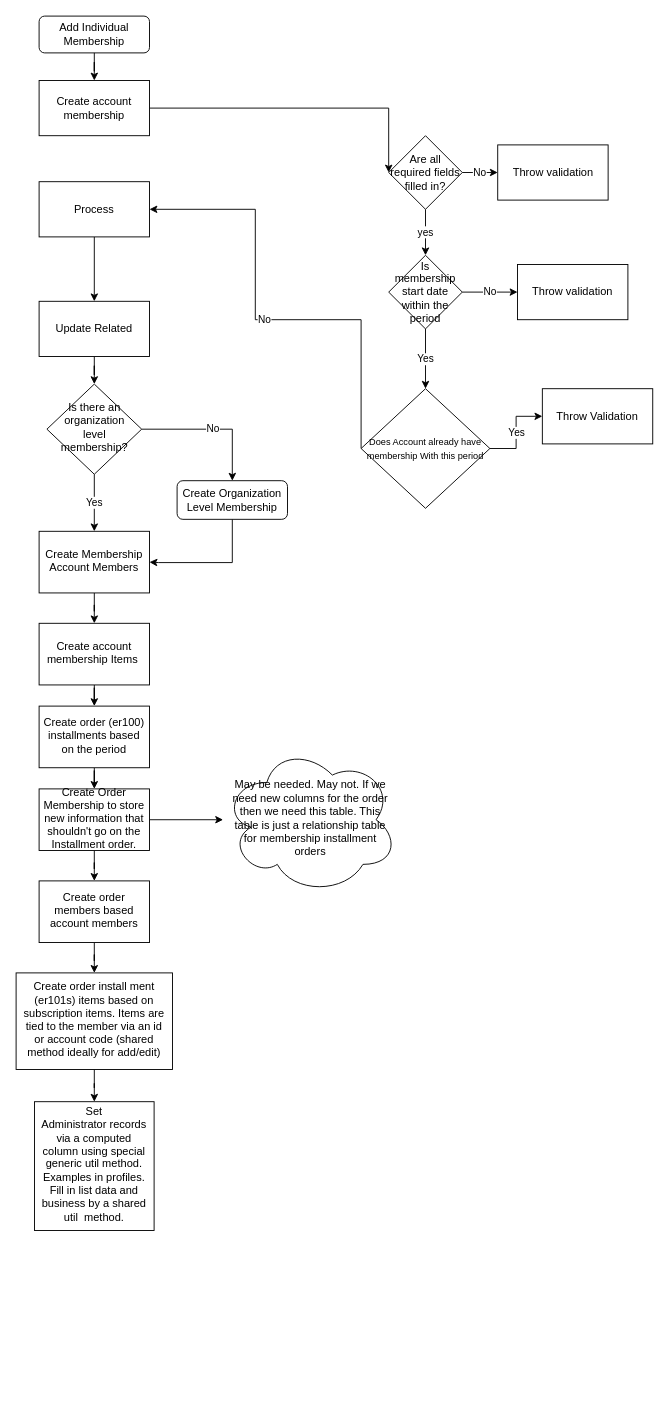
This is MembershipAddGroupMemberFlow.drawio from shelbyharris/Membership, a draw.io file, before an edit. Source tidied: cells renumbered, new cells numbered last; positions are measured from the earlier drawing's top-left corner, leaving out a move shared by most shapes. Both pictures are drawn from the tidied source at 92%, with x=0, y=0 at pixel (16, 16).
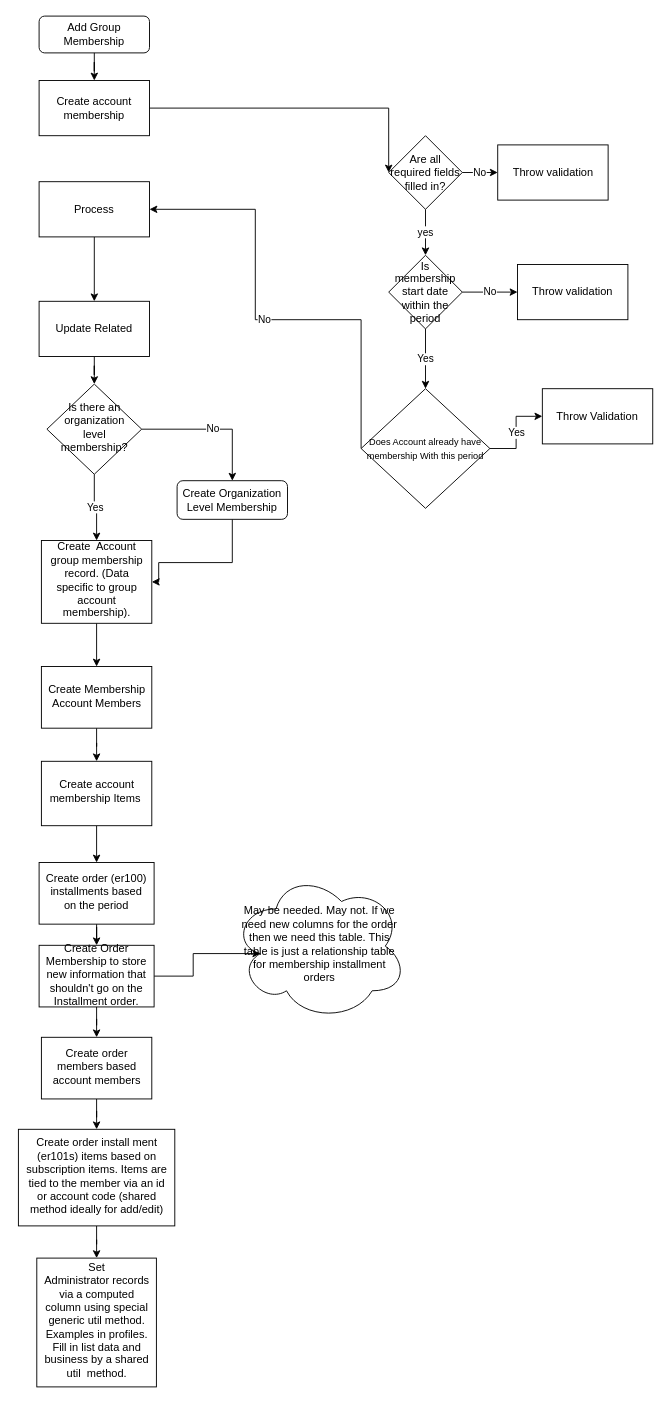
After the change.

The edit, as a diff of the source:
```diff
@@
-    <mxCell id="2" value="Add Individual Membership" style="rounded=1;whiteSpace=wrap;html=1;fontSize=12;glass=0;strokeWidth=1;shadow=0;" parent="1" vertex="1">
+    <mxCell id="2" value="Add Group Membership" style="rounded=1;whiteSpace=wrap;html=1;fontSize=12;glass=0;strokeWidth=1;shadow=0;" parent="1" vertex="1">
       <mxGeometry x="25" width="120" height="40" as="geometry" />
     </mxCell>
@@
-    <mxCell id="17" style="edgeStyle=orthogonalEdgeStyle;rounded=0;jettySize=auto;html=1;" parent="1" edge="1" source="18" target="20">
-      <mxGeometry relative="1" as="geometry" />
-    </mxCell>
+    <mxCell id="42" style="edgeStyle=orthogonalEdgeStyle;rounded=0;jettySize=auto;html=1;" parent="1" edge="1" source="18" target="44">
+      <mxGeometry relative="1" as="geometry" />
+    </mxCell>
-    <mxCell id="18" value="Create Membership Account Members" style="whiteSpace=wrap;html=1;shadow=0;strokeWidth=1;spacing=6;spacingTop=-4;" parent="1" vertex="1">
-      <mxGeometry x="25" y="560" width="120" height="67" as="geometry" />
+    <mxCell id="18" value="Create&amp;nbsp; Account group membership record. (Data specific to group account membership)." style="whiteSpace=wrap;html=1;shadow=0;strokeWidth=1;spacing=6;spacingTop=-4;" parent="1" vertex="1">
+      <mxGeometry x="27.5" y="570" width="120" height="90" as="geometry" />
     </mxCell>
@@
     <mxCell id="20" value="Create account membership Items&amp;nbsp;" style="whiteSpace=wrap;html=1;shadow=0;strokeWidth=1;spacing=6;spacingTop=-4;" parent="1" vertex="1">
-      <mxGeometry x="25" y="660" width="120" height="67" as="geometry" />
+      <mxGeometry x="27.5" y="810" width="120" height="70" as="geometry" />
     </mxCell>
@@
     <mxCell id="23" value="Create order (er100) installments based on the period" style="whiteSpace=wrap;html=1;shadow=0;strokeWidth=1;spacing=6;spacingTop=-4;" parent="1" vertex="1">
-      <mxGeometry x="25" y="750" width="120" height="67" as="geometry" />
+      <mxGeometry x="25" y="920" width="125" height="67" as="geometry" />
     </mxCell>
@@
     <mxCell id="25" value="Create order install ment (er101s) items based on subscription items. Items are tied to the member via an id or account code (shared method ideally for add/edit)" style="whiteSpace=wrap;html=1;shadow=0;strokeWidth=1;spacing=6;spacingTop=-4;" parent="1" vertex="1">
-      <mxGeometry y="1040" width="170" height="105" as="geometry" />
+      <mxGeometry x="2.5" y="1210" width="170" height="105" as="geometry" />
     </mxCell>
     <mxCell id="26" value="Create order members based account members" style="whiteSpace=wrap;html=1;shadow=0;strokeWidth=1;spacing=6;spacingTop=-4;" parent="1" vertex="1">
-      <mxGeometry x="25" y="940" width="120" height="67" as="geometry" />
+      <mxGeometry x="27.5" y="1110" width="120" height="67" as="geometry" />
     </mxCell>
@@
     <mxCell id="34" value="Set&lt;br&gt;Administrator records via a computed column using special generic util method. Examples in profiles. Fill in list data and business by a shared util&amp;nbsp; method." style="whiteSpace=wrap;html=1;shadow=0;strokeWidth=1;spacing=6;spacingTop=-4;" parent="1" vertex="1">
-      <mxGeometry x="20" y="1180" width="130" height="140" as="geometry" />
+      <mxGeometry x="22.5" y="1350" width="130" height="140" as="geometry" />
     </mxCell>
@@
-    <mxCell id="39" style="edgeStyle=orthogonalEdgeStyle;rounded=0;jettySize=auto;html=1;" parent="1" edge="1" source="40" target="41">
+    <mxCell id="39" style="edgeStyle=orthogonalEdgeStyle;rounded=0;jettySize=auto;html=1;entryX=0.16;entryY=0.55;entryDx=0;entryDy=0;entryPerimeter=0;" parent="1" edge="1" source="40" target="41">
       <mxGeometry relative="1" as="geometry" />
     </mxCell>
     <mxCell id="40" value="Create Order Membership to store new information that shouldn't go on the Installment order." style="whiteSpace=wrap;html=1;shadow=0;strokeWidth=1;spacing=6;spacingTop=-4;" parent="1" vertex="1">
-      <mxGeometry x="25" y="840" width="120" height="67" as="geometry" />
+      <mxGeometry x="25" y="1010" width="125" height="67" as="geometry" />
     </mxCell>
     <mxCell id="41" value="May be needed. May not. If we need new columns for the order then we need this table. This table is just a relationship table for membership installment orders" style="ellipse;shape=cloud;whiteSpace=wrap;html=1;shadow=0;strokeWidth=1;spacing=6;spacingTop=-4;" parent="1" vertex="1">
-      <mxGeometry x="225" y="792.6" width="190" height="161.8" as="geometry" />
+      <mxGeometry x="235" y="930" width="190" height="161.8" as="geometry" />
     </mxCell>
+    <mxCell id="43" style="edgeStyle=orthogonalEdgeStyle;rounded=0;jettySize=auto;html=1;entryX=0.5;entryY=0;entryDx=0;entryDy=0;" parent="1" edge="1" source="44" target="20">
+      <mxGeometry relative="1" as="geometry" />
+    </mxCell>
+    <mxCell id="44" value="Create Membership Account Members" style="whiteSpace=wrap;html=1;shadow=0;strokeWidth=1;spacing=6;spacingTop=-4;" parent="1" vertex="1">
+      <mxGeometry x="27.5" y="707" width="120" height="67" as="geometry" />
+    </mxCell>
```
